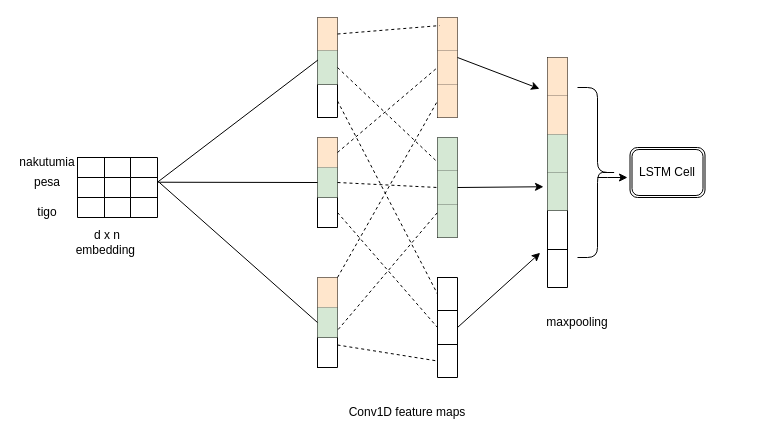
Before: Untitled Diagram.drawio in codeflickr/mobApp, a draw.io diagram. Source tidied: cells renumbered, new cells numbered last; positions are measured from the earlier drawing's top-left corner, leaving out a move shared by most shapes. Both pictures are drawn from the tidied source at 100%, with x=0, y=0 at pixel (17, 17).
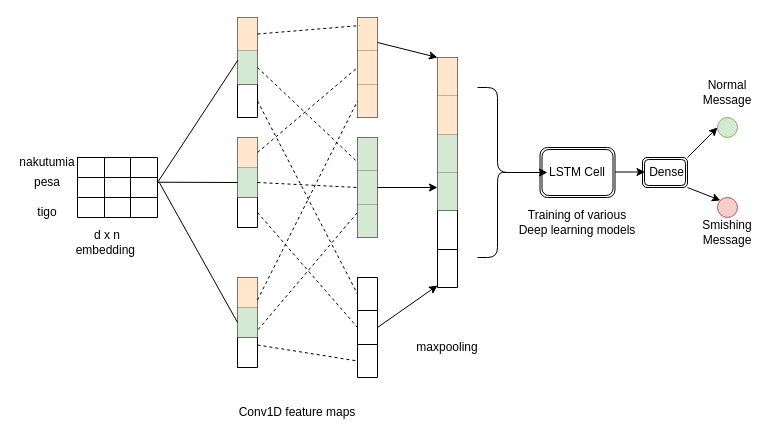
After the change.

Unchanged cells that the change refers to:
```xml
<mxCell id="41" style="shape=tableRow;horizontal=0;startSize=0;swimlaneHead=0;swimlaneBody=0;strokeColor=inherit;top=0;left=0;bottom=0;right=0;fillColor=none;points=[[0,0.5],[1,0.5]];portConstraint=eastwest;fontSize=16;" parent="36" vertex="1">
  <mxGeometry y="67" width="20" height="33" as="geometry" />
</mxCell>
<mxCell id="53" style="shape=tableRow;horizontal=0;startSize=0;swimlaneHead=0;swimlaneBody=0;strokeColor=inherit;top=0;left=0;bottom=0;right=0;fillColor=none;points=[[0,0.5],[1,0.5]];portConstraint=eastwest;fontSize=16;" parent="50" vertex="1">
  <mxGeometry y="33" width="20" height="34" as="geometry" />
</mxCell>
<mxCell id="68" style="shape=tableRow;horizontal=0;startSize=0;swimlaneHead=0;swimlaneBody=0;strokeColor=inherit;top=0;left=0;bottom=0;right=0;fillColor=none;points=[[0,0.5],[1,0.5]];portConstraint=eastwest;fontSize=16;" parent="57" vertex="1">
  <mxGeometry y="192" width="20" height="38" as="geometry" />
</mxCell>
```

The edit, as a diff of the source:
```diff
@@
     <mxCell id="15" style="shape=table;startSize=0;childLayout=tableLayout;fontSize=16;direction=north;" parent="1" vertex="1">
-      <mxGeometry x="300" width="20" height="100" as="geometry" />
+      <mxGeometry x="220" width="20" height="100" as="geometry" />
     </mxCell>
@@
     <mxCell id="22" style="shape=table;startSize=0;childLayout=tableLayout;fontSize=16;direction=north;" parent="1" vertex="1">
-      <mxGeometry x="300" y="260" width="20" height="90" as="geometry" />
+      <mxGeometry x="220" y="260" width="20" height="90" as="geometry" />
     </mxCell>
@@
     <mxCell id="29" style="shape=table;startSize=0;childLayout=tableLayout;fontSize=16;direction=north;" parent="1" vertex="1">
-      <mxGeometry x="300" y="120" width="20" height="90" as="geometry" />
+      <mxGeometry x="220" y="120" width="20" height="90" as="geometry" />
     </mxCell>
@@
     <mxCell id="36" style="shape=table;startSize=0;childLayout=tableLayout;fontSize=16;direction=north;" parent="1" vertex="1">
-      <mxGeometry x="420" width="20" height="100" as="geometry" />
+      <mxGeometry x="340" width="20" height="100" as="geometry" />
     </mxCell>
@@
     <mxCell id="43" style="shape=table;startSize=0;childLayout=tableLayout;fontSize=16;direction=north;" parent="1" vertex="1">
-      <mxGeometry x="420" y="120" width="20" height="100" as="geometry" />
+      <mxGeometry x="340" y="120" width="20" height="100" as="geometry" />
     </mxCell>
@@
     <mxCell id="50" style="shape=table;startSize=0;childLayout=tableLayout;fontSize=16;" parent="1" vertex="1">
-      <mxGeometry x="420" y="260" width="20" height="100" as="geometry" />
+      <mxGeometry x="340" y="260" width="20" height="100" as="geometry" />
     </mxCell>
@@
     <mxCell id="57" style="shape=table;startSize=0;childLayout=tableLayout;fontSize=16;" parent="1" vertex="1">
-      <mxGeometry x="530" y="40" width="20" height="230" as="geometry" />
+      <mxGeometry x="420" y="40" width="20" height="230" as="geometry" />
     </mxCell>
@@
-    <mxCell id="74" style="endArrow=none;html=1;rounded=0;entryX=0;entryY=0.5;entryDx=0;entryDy=0;dashed=1;" parent="1" edge="1" target="41">
-      <mxGeometry relative="1" as="geometry">
-        <mxPoint x="320" y="260" as="sourcePoint" />
-      </mxGeometry>
+    <mxCell id="74" style="endArrow=none;html=1;rounded=0;entryX=0;entryY=0.5;entryDx=0;entryDy=0;dashed=1;exitX=0.75;exitY=1;exitDx=0;exitDy=0;" parent="1" edge="1" source="22" target="41">
+      <mxGeometry relative="1" as="geometry" />
     </mxCell>
@@
     <mxCell id="82" style="shape=curlyBracket;whiteSpace=wrap;html=1;rounded=1;flipH=1;labelPosition=right;verticalLabelPosition=middle;align=left;verticalAlign=middle;size=0.5;" parent="1" vertex="1">
-      <mxGeometry x="560" y="70" width="40" height="170" as="geometry" />
+      <mxGeometry x="460" y="70" width="40" height="170" as="geometry" />
     </mxCell>
     <mxCell id="83" style="shape=ext;double=1;rounded=1;whiteSpace=wrap;html=1;" parent="1" vertex="1">
-      <mxGeometry x="612.5" y="130" width="75" height="50" as="geometry" />
+      <mxGeometry x="522.5" y="130" width="75" height="50" as="geometry" />
     </mxCell>
-    <mxCell id="84" style="endArrow=classic;html=1;rounded=0;" parent="1" edge="1">
-      <mxGeometry relative="1" as="geometry">
-        <mxPoint x="580" y="160" as="sourcePoint" />
-        <mxPoint x="610" y="160" as="targetPoint" />
-        <Array as="points">
-          <mxPoint x="590" y="160" />
-        </Array>
-      </mxGeometry>
-    </mxCell>
@@
     <mxCell id="89" value="Conv1D feature maps" style="text;html=1;strokeColor=none;fillColor=none;align=center;verticalAlign=middle;whiteSpace=wrap;rounded=0;" parent="1" vertex="1">
-      <mxGeometry x="330" y="380" width="120" height="30" as="geometry" />
+      <mxGeometry x="220" y="380" width="120" height="30" as="geometry" />
     </mxCell>
     <mxCell id="90" value="maxpooling" style="text;html=1;strokeColor=none;fillColor=none;align=center;verticalAlign=middle;whiteSpace=wrap;rounded=0;" parent="1" vertex="1">
-      <mxGeometry x="530" y="290" width="60" height="30" as="geometry" />
+      <mxGeometry x="400" y="315" width="60" height="30" as="geometry" />
     </mxCell>
     <mxCell id="91" value="LSTM Cell" style="text;html=1;strokeColor=none;fillColor=none;align=center;verticalAlign=middle;whiteSpace=wrap;rounded=0;" parent="1" vertex="1">
-      <mxGeometry x="620" y="140" width="60" height="30" as="geometry" />
+      <mxGeometry x="530" y="140" width="60" height="30" as="geometry" />
     </mxCell>
-    <mxCell id="92" style="endArrow=classic;html=1;rounded=0;entryX=-0.4;entryY=0.136;entryDx=0;entryDy=0;entryPerimeter=0;" parent="1" edge="1" target="57">
+    <mxCell id="92" style="endArrow=classic;html=1;rounded=0;exitX=0.75;exitY=1;exitDx=0;exitDy=0;" parent="1" edge="1" source="36">
       <mxGeometry relative="1" as="geometry">
-        <mxPoint x="440" y="40" as="sourcePoint" />
+        <mxPoint x="420" y="40" as="targetPoint" />
       </mxGeometry>
     </mxCell>
-    <mxCell id="93" style="endArrow=classic;html=1;rounded=0;entryX=-0.2;entryY=0.562;entryDx=0;entryDy=0;entryPerimeter=0;" parent="1" edge="1" target="57">
+    <mxCell id="93" style="endArrow=classic;html=1;rounded=0;exitX=0.5;exitY=1;exitDx=0;exitDy=0;" parent="1" edge="1" source="43">
       <mxGeometry relative="1" as="geometry">
-        <mxPoint x="440" y="170" as="sourcePoint" />
+        <mxPoint x="420" y="170" as="targetPoint" />
       </mxGeometry>
     </mxCell>
-    <mxCell id="94" style="endArrow=classic;html=1;rounded=0;entryX=-0.367;entryY=0.088;entryDx=0;entryDy=0;entryPerimeter=0;" parent="1" edge="1" target="68">
-      <mxGeometry relative="1" as="geometry">
-        <mxPoint x="440" y="310" as="sourcePoint" />
-      </mxGeometry>
+    <mxCell id="94" style="endArrow=classic;html=1;rounded=0;exitX=1;exitY=0.5;exitDx=0;exitDy=0;entryX=0;entryY=0.947;entryDx=0;entryDy=0;entryPerimeter=0;" parent="1" edge="1" source="53" target="68">
+      <mxGeometry relative="1" as="geometry" />
     </mxCell>
+    <mxCell id="95" style="endArrow=classic;html=1;rounded=0;exitX=0.1;exitY=0.5;exitDx=0;exitDy=0;exitPerimeter=0;" parent="1" edge="1" source="82">
+      <mxGeometry relative="1" as="geometry">
+        <mxPoint x="530" y="155" as="targetPoint" />
+      </mxGeometry>
+    </mxCell>
+    <mxCell id="96" style="shape=ext;double=1;rounded=1;whiteSpace=wrap;html=1;" parent="1" vertex="1">
+      <mxGeometry x="625" y="140" width="45" height="30" as="geometry" />
+    </mxCell>
+    <mxCell id="97" value="Dense" style="text;html=1;strokeColor=none;fillColor=none;align=center;verticalAlign=middle;whiteSpace=wrap;rounded=0;" parent="1" vertex="1">
+      <mxGeometry x="637.5" y="149.6" width="22.5" height="10.8" as="geometry" />
+    </mxCell>
+    <mxCell id="98" style="ellipse;whiteSpace=wrap;html=1;fillColor=#d5e8d4;strokeColor=#82b366;" parent="1" vertex="1">
+      <mxGeometry x="700" y="100" width="20" height="20" as="geometry" />
+    </mxCell>
+    <mxCell id="99" style="ellipse;whiteSpace=wrap;html=1;fillColor=#f8cecc;strokeColor=#b85450;" parent="1" vertex="1">
+      <mxGeometry x="700" y="180" width="20" height="20" as="geometry" />
+    </mxCell>
+    <mxCell id="100" style="endArrow=classic;html=1;rounded=0;exitX=1;exitY=1;exitDx=0;exitDy=0;entryX=0;entryY=0;entryDx=0;entryDy=0;" parent="1" edge="1" source="96" target="99">
+      <mxGeometry relative="1" as="geometry" />
+    </mxCell>
+    <mxCell id="101" style="endArrow=classic;html=1;rounded=0;exitX=1;exitY=0;exitDx=0;exitDy=0;entryX=0;entryY=0.5;entryDx=0;entryDy=0;" parent="1" edge="1" source="96" target="98">
+      <mxGeometry relative="1" as="geometry" />
+    </mxCell>
+    <mxCell id="102" style="endArrow=classic;html=1;rounded=0;" parent="1" edge="1">
+      <mxGeometry relative="1" as="geometry">
+        <mxPoint x="597.5" y="154.5" as="sourcePoint" />
+        <mxPoint x="627.5" y="154.5" as="targetPoint" />
+      </mxGeometry>
+    </mxCell>
+    <mxCell id="103" value="Training of various Deep learning models" style="text;html=1;strokeColor=none;fillColor=none;align=center;verticalAlign=middle;whiteSpace=wrap;rounded=0;" parent="1" vertex="1">
+      <mxGeometry x="500" y="190" width="120" height="30" as="geometry" />
+    </mxCell>
+    <mxCell id="104" value="Normal Message" style="text;html=1;strokeColor=none;fillColor=none;align=center;verticalAlign=middle;whiteSpace=wrap;rounded=0;" parent="1" vertex="1">
+      <mxGeometry x="680" y="60" width="60" height="30" as="geometry" />
+    </mxCell>
+    <mxCell id="105" value="Smishing Message" style="text;html=1;strokeColor=none;fillColor=none;align=center;verticalAlign=middle;whiteSpace=wrap;rounded=0;" parent="1" vertex="1">
+      <mxGeometry x="680" y="200" width="60" height="30" as="geometry" />
+    </mxCell>
```
